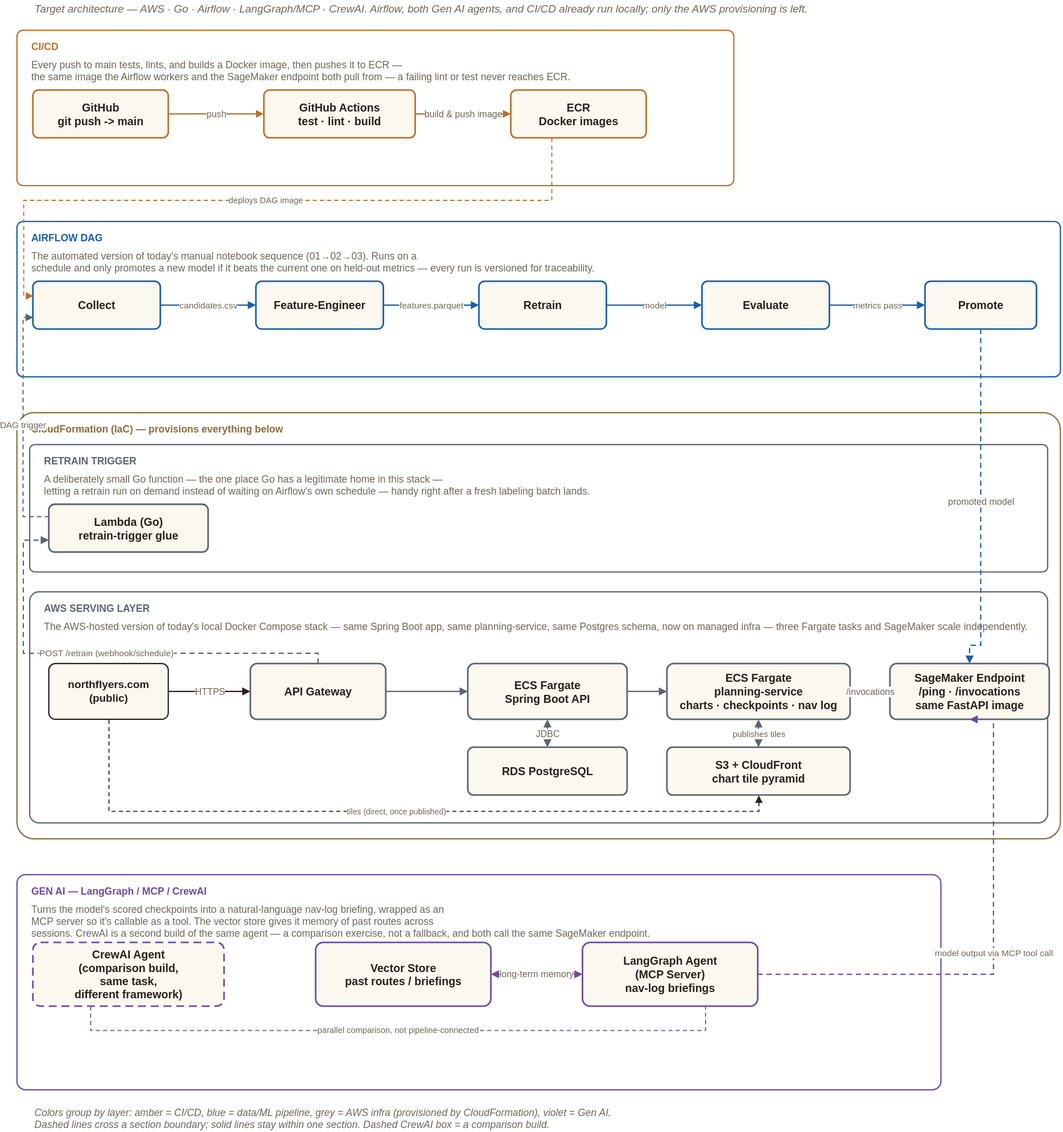
Before: docs/architecture-aws.svg, a diagram exported from draw.io (asdaq-samir/flight_plan). Source tidied: cells renumbered, new cells last; positions are measured from the earlier drawing's top-left corner, leaving out a move shared by most shapes.
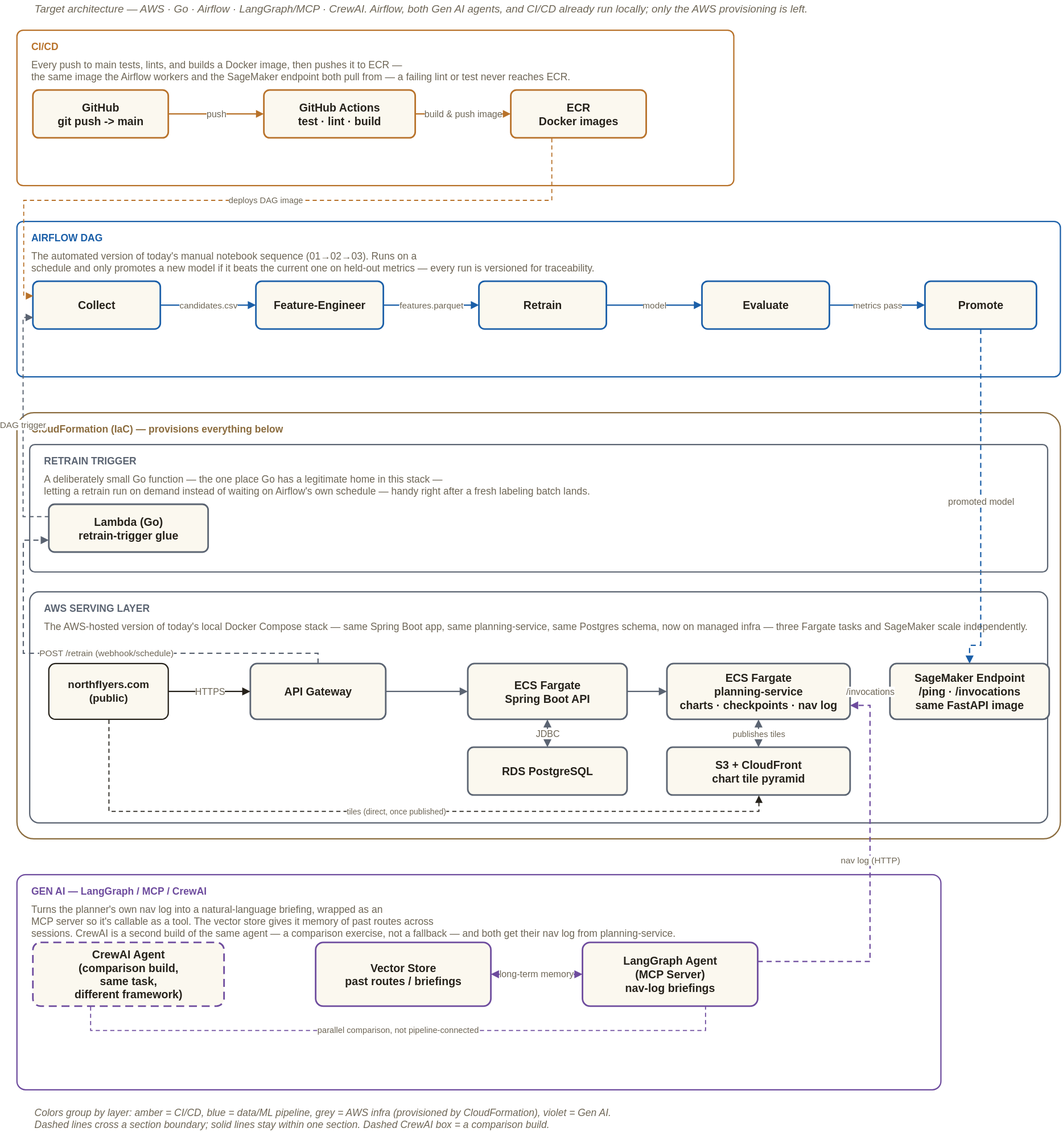
The same file after the commit.

Diff of the diagram source:
```diff
@@ -180,7 +180,7 @@
     <mxCell id="51" value="GEN AI — LangGraph / MCP / CrewAI" style="text;html=1;fontSize=12.5;fontStyle=1;fontColor=#6E4C9E;align=left;verticalAlign=middle;" parent="1" vertex="1">
       <mxGeometry x="16" y="1110" width="320" height="18" as="geometry" />
     </mxCell>
-    <mxCell id="52" value="Turns the model's scored checkpoints into a natural-language nav-log briefing, wrapped as an&#10;MCP server so it's callable as a tool. The vector store gives it memory of past routes across&#10;sessions. CrewAI is a second build of the same agent — a comparison exercise, not a fallback, and both call the same SageMaker endpoint." style="text;html=1;fontSize=12.5;fontColor=#6E6656;align=left;verticalAlign=top;" parent="1" vertex="1">
+    <mxCell id="52" value="Turns the planner's own nav log into a natural-language briefing, wrapped as an&#10;MCP server so it's callable as a tool. The vector store gives it memory of past routes across&#10;sessions. CrewAI is a second build of the same agent — a comparison exercise, not a fallback — and both get their nav log from planning-service." style="text;html=1;fontSize=12.5;fontColor=#6E6656;align=left;verticalAlign=top;" parent="1" vertex="1">
       <mxGeometry x="16" y="1128" width="970" height="42" as="geometry" />
     </mxCell>
     <mxCell id="53" value="LangGraph Agent&#10;(MCP Server)&#10;nav-log briefings" style="rounded=1;whiteSpace=wrap;html=1;arcSize=12;fillColor=#FBF8EF;strokeColor=#6E4C9E;strokeWidth=2;fontColor=#26221B;fontSize=14;fontStyle=1;verticalAlign=middle;spacing=4;" parent="1" vertex="1">
@@ -203,12 +203,11 @@
         </Array>
       </mxGeometry>
     </mxCell>
-    <mxCell id="58" value="model output via MCP tool call" style="edgeStyle=orthogonalEdgeStyle;rounded=0;html=1;strokeColor=#6E4C9E;strokeWidth=1.6;dashed=1;dashPattern=4 3;fontSize=11;fontColor=#6E6656;endArrow=block;endFill=1;exitX=1;exitY=0.5;entryX=0.5;entryY=1;" parent="1" edge="1" source="53" target="34">
-      <mxGeometry relative="1" as="geometry">
+    <mxCell id="58" value="nav log (HTTP)" style="edgeStyle=orthogonalEdgeStyle;rounded=0;html=1;strokeColor=#6E4C9E;strokeWidth=1.6;dashed=1;dashPattern=4 3;fontSize=11;fontColor=#6E6656;endArrow=block;endFill=1;exitX=1;exitY=0.3;entryX=1;entryY=0.75;" parent="1" edge="1" source="53" target="33">
+      <mxGeometry x="0.1" relative="1" as="geometry">
         <Array as="points">
-          <mxPoint x="1226" y="1223" />
-          <mxPoint x="1226" y="1113" />
-          <mxPoint x="1226" y="903" />
+          <mxPoint x="1071" y="1207" />
+          <mxPoint x="1071" y="885" />
         </Array>
       </mxGeometry>
     </mxCell>
```
